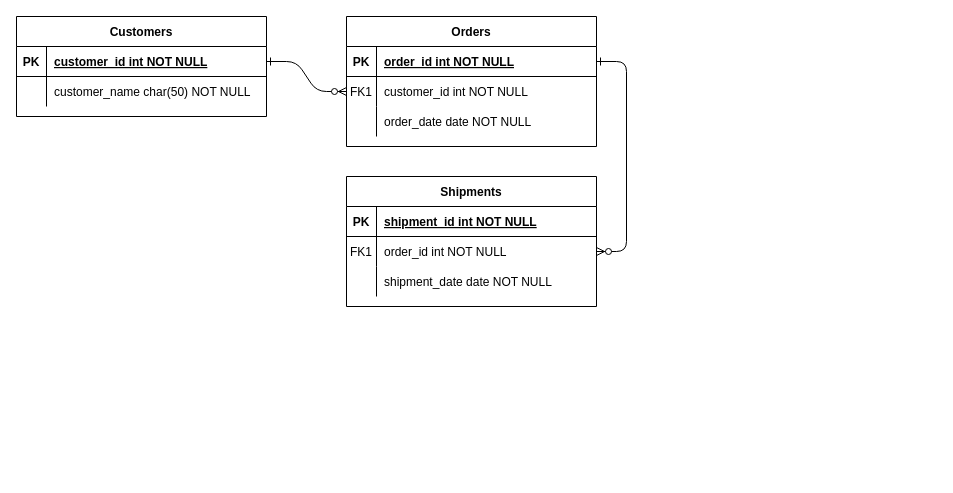
This is 01-bd/er_diagrama.drawio from ketrin1777/06-db-homework, a draw.io file, before an edit. Source tidied: cells renumbered, new cells numbered last; positions are measured from the earlier drawing's top-left corner, leaving out a move shared by most shapes. Both pictures are drawn from the tidied source at 100%, with x=0, y=0 at pixel (16, 16).
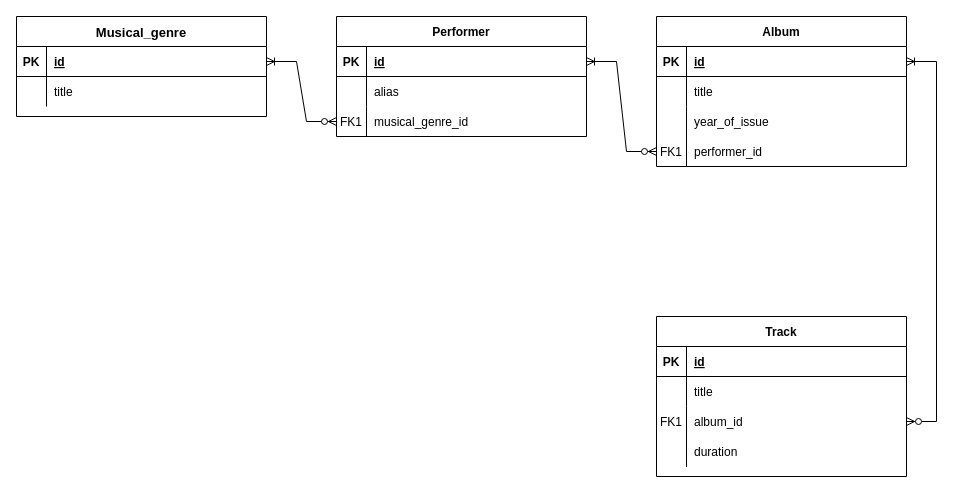
The same diagram, later.

The change refers to these unchanged cells:
```xml
<mxCell id="5" style="shape=partialRectangle;fillColor=none;points=[[0,0.5],[1,0.5]];portConstraint=eastwest;top=0;left=0;right=0;bottom=1;" parent="4" vertex="1">
  <mxGeometry y="30" width="250" height="30" as="geometry" />
</mxCell>
<mxCell id="8" style="shape=partialRectangle;fillColor=none;points=[[0,0.5],[1,0.5]];portConstraint=eastwest;top=0;left=0;right=0;bottom=0;" parent="4" vertex="1">
  <mxGeometry y="60" width="250" height="30" as="geometry" />
</mxCell>
<mxCell id="11" style="shape=partialRectangle;fillColor=none;points=[[0,0.5],[1,0.5]];portConstraint=eastwest;top=0;left=0;right=0;bottom=0;" parent="4" vertex="1">
  <mxGeometry y="90" width="250" height="30" as="geometry" />
</mxCell>
<mxCell id="15" style="shape=partialRectangle;fillColor=none;points=[[0,0.5],[1,0.5]];portConstraint=eastwest;top=0;left=0;right=0;bottom=1;" parent="14" vertex="1">
  <mxGeometry y="30" width="250" height="30" as="geometry" />
</mxCell>
<mxCell id="18" style="shape=partialRectangle;fillColor=none;points=[[0,0.5],[1,0.5]];portConstraint=eastwest;top=0;left=0;right=0;bottom=0;" parent="14" vertex="1">
  <mxGeometry y="60" width="250" height="30" as="geometry" />
</mxCell>
<mxCell id="21" style="shape=partialRectangle;fillColor=none;top=0;left=0;right=0;bottom=0;" parent="14" vertex="1">
  <mxGeometry y="90" width="250" height="30" as="geometry" />
</mxCell>
<mxCell id="25" style="shape=partialRectangle;fillColor=none;points=[[0,0.5],[1,0.5]];portConstraint=eastwest;top=0;left=0;right=0;bottom=1;" parent="24" vertex="1">
  <mxGeometry y="30" width="250" height="30" as="geometry" />
</mxCell>
<mxCell id="28" style="shape=partialRectangle;fillColor=none;top=0;left=0;right=0;bottom=0;" parent="24" vertex="1">
  <mxGeometry y="60" width="250" height="30" as="geometry" />
</mxCell>
```

What changed in the source:
```diff
@@
-    <mxCell id="2" style="edgeStyle=entityRelationEdgeStyle;endArrow=ERzeroToMany;startArrow=ERone;endFill=1;startFill=0;" parent="1" edge="1" source="25" target="8">
-      <mxGeometry relative="1" as="geometry" />
-    </mxCell>
-    <mxCell id="3" style="edgeStyle=entityRelationEdgeStyle;endArrow=ERzeroToMany;startArrow=ERone;endFill=1;startFill=0;" parent="1" edge="1" source="5" target="18">
-      <mxGeometry relative="1" as="geometry" />
-    </mxCell>
-    <mxCell id="4" value="Orders" style="shape=table;startSize=30;childLayout=tableLayout;rowLines=0;fontStyle=1;align=center;" parent="1" vertex="1">
-      <mxGeometry x="330" width="250" height="130" as="geometry" />
+    <mxCell id="4" value="Performer" style="shape=table;startSize=30;childLayout=tableLayout;rowLines=0;fontStyle=1;align=center;" parent="1" vertex="1">
+      <mxGeometry x="320" width="250" height="120" as="geometry" />
     </mxCell>
@@
-    <mxCell id="7" value="order_id int NOT NULL " style="shape=partialRectangle;overflow=hidden;fillColor=none;top=0;left=0;bottom=0;right=0;align=left;spacingLeft=6;fontStyle=5;" parent="5" vertex="1">
+    <mxCell id="7" value="id" style="shape=partialRectangle;overflow=hidden;fillColor=none;top=0;left=0;bottom=0;right=0;align=left;spacingLeft=6;fontStyle=5;" parent="5" vertex="1">
       <mxGeometry x="30" width="220" height="30" as="geometry" />
     </mxCell>
@@
-    <mxCell id="9" value="FK1" style="shape=partialRectangle;overflow=hidden;fillColor=none;top=0;left=0;bottom=0;right=0;" parent="8" vertex="1">
+    <mxCell id="9" style="shape=partialRectangle;overflow=hidden;fillColor=none;top=0;left=0;bottom=0;right=0;" parent="8" vertex="1">
       <mxGeometry width="30" height="30" as="geometry" />
     </mxCell>
-    <mxCell id="10" value="customer_id int NOT NULL" style="shape=partialRectangle;overflow=hidden;fillColor=none;top=0;left=0;bottom=0;right=0;align=left;spacingLeft=6;" parent="8" vertex="1">
+    <mxCell id="10" value="alias" style="shape=partialRectangle;overflow=hidden;fillColor=none;top=0;left=0;bottom=0;right=0;align=left;spacingLeft=6;" parent="8" vertex="1">
       <mxGeometry x="30" width="220" height="30" as="geometry" />
     </mxCell>
@@
-    <mxCell id="12" style="shape=partialRectangle;overflow=hidden;fillColor=none;top=0;left=0;bottom=0;right=0;" parent="11" vertex="1">
+    <mxCell id="12" value="FK1" style="shape=partialRectangle;overflow=hidden;fillColor=none;top=0;left=0;bottom=0;right=0;" parent="11" vertex="1">
       <mxGeometry width="30" height="30" as="geometry" />
     </mxCell>
-    <mxCell id="13" value="order_date date NOT NULL" style="shape=partialRectangle;overflow=hidden;fillColor=none;top=0;left=0;bottom=0;right=0;align=left;spacingLeft=6;" parent="11" vertex="1">
+    <mxCell id="13" value="musical_genre_id" style="shape=partialRectangle;overflow=hidden;fillColor=none;top=0;left=0;bottom=0;right=0;align=left;spacingLeft=6;" parent="11" vertex="1">
       <mxGeometry x="30" width="220" height="30" as="geometry" />
     </mxCell>
-    <mxCell id="14" value="Shipments" style="shape=table;startSize=30;childLayout=tableLayout;rowLines=0;fontStyle=1;align=center;" parent="1" vertex="1">
-      <mxGeometry x="330" y="160" width="250" height="130" as="geometry" />
+    <mxCell id="14" value="Album" style="shape=table;startSize=30;childLayout=tableLayout;rowLines=0;fontStyle=1;align=center;" parent="1" vertex="1">
+      <mxGeometry x="640" width="250" height="150" as="geometry" />
     </mxCell>
@@
-    <mxCell id="17" value="shipment_id int NOT NULL " style="shape=partialRectangle;overflow=hidden;fillColor=none;top=0;left=0;bottom=0;right=0;align=left;spacingLeft=6;fontStyle=5;" parent="15" vertex="1">
+    <mxCell id="17" value="id" style="shape=partialRectangle;overflow=hidden;fillColor=none;top=0;left=0;bottom=0;right=0;align=left;spacingLeft=6;fontStyle=5;" parent="15" vertex="1">
       <mxGeometry x="30" width="220" height="30" as="geometry" />
     </mxCell>
@@
-    <mxCell id="19" value="FK1" style="shape=partialRectangle;overflow=hidden;fillColor=none;top=0;left=0;bottom=0;right=0;" parent="18" vertex="1">
+    <mxCell id="19" style="shape=partialRectangle;overflow=hidden;fillColor=none;top=0;left=0;bottom=0;right=0;" parent="18" vertex="1">
       <mxGeometry width="30" height="30" as="geometry" />
     </mxCell>
-    <mxCell id="20" value="order_id int NOT NULL" style="shape=partialRectangle;overflow=hidden;fillColor=none;top=0;left=0;bottom=0;right=0;align=left;spacingLeft=6;" parent="18" vertex="1">
+    <mxCell id="20" value="title" style="shape=partialRectangle;overflow=hidden;fillColor=none;top=0;left=0;bottom=0;right=0;align=left;spacingLeft=6;" parent="18" vertex="1">
       <mxGeometry x="30" width="220" height="30" as="geometry" />
     </mxCell>
@@
-    <mxCell id="23" value="shipment_date date NOT NULL" style="shape=partialRectangle;overflow=hidden;fillColor=none;top=0;left=0;bottom=0;right=0;align=left;spacingLeft=6;" parent="21" vertex="1">
+    <mxCell id="23" value="year_of_issue" style="shape=partialRectangle;overflow=hidden;fillColor=none;top=0;left=0;bottom=0;right=0;align=left;spacingLeft=6;" parent="21" vertex="1">
       <mxGeometry x="30" width="220" height="30" as="geometry" />
     </mxCell>
-    <mxCell id="24" value="Customers" style="shape=table;startSize=30;childLayout=tableLayout;rowLines=0;fontStyle=1;align=center;" parent="1" vertex="1">
+    <mxCell id="24" value="Musical_genre" style="shape=table;startSize=30;childLayout=tableLayout;rowLines=0;fontStyle=1;align=center;fontSize=13;" parent="1" vertex="1">
       <mxGeometry width="250" height="100" as="geometry" />
     </mxCell>
@@
-    <mxCell id="27" value="customer_id int NOT NULL " style="shape=partialRectangle;overflow=hidden;fillColor=none;top=0;left=0;bottom=0;right=0;align=left;spacingLeft=6;fontStyle=5;" parent="25" vertex="1">
+    <mxCell id="27" value="id" style="shape=partialRectangle;overflow=hidden;fillColor=none;top=0;left=0;bottom=0;right=0;align=left;spacingLeft=6;fontStyle=5;" parent="25" vertex="1">
       <mxGeometry x="30" width="220" height="30" as="geometry" />
     </mxCell>
@@
-    <mxCell id="30" value="customer_name char(50) NOT NULL" style="shape=partialRectangle;overflow=hidden;fillColor=none;top=0;left=0;bottom=0;right=0;align=left;spacingLeft=6;" parent="28" vertex="1">
+    <mxCell id="30" value="title" style="shape=partialRectangle;overflow=hidden;fillColor=none;top=0;left=0;bottom=0;right=0;align=left;spacingLeft=6;" parent="28" vertex="1">
       <mxGeometry x="30" width="220" height="30" as="geometry" />
     </mxCell>
+    <mxCell id="31" style="edgeStyle=entityRelationEdgeStyle;fontSize=12;html=1;endArrow=ERoneToMany;startArrow=ERzeroToMany;rounded=0;exitX=0;exitY=0.5;exitDx=0;exitDy=0;" parent="1" edge="1" source="11" target="25">
+      <mxGeometry relative="1" as="geometry" />
+    </mxCell>
+    <mxCell id="32" value="FK1" style="shape=partialRectangle;overflow=hidden;fillColor=none;top=0;left=0;bottom=0;right=1;" parent="1" vertex="1">
+      <mxGeometry x="640" y="120" width="30" height="30" as="geometry" />
+    </mxCell>
+    <mxCell id="33" value="Track" style="shape=table;startSize=30;childLayout=tableLayout;rowLines=0;fontStyle=1;align=center;" parent="1" vertex="1">
+      <mxGeometry x="640" y="300" width="250" height="160" as="geometry" />
+    </mxCell>
+    <mxCell id="34" style="shape=partialRectangle;fillColor=none;top=0;left=0;right=0;bottom=1;" parent="33" vertex="1">
+      <mxGeometry y="30" width="250" height="30" as="geometry" />
+    </mxCell>
+    <mxCell id="35" value="PK" style="shape=partialRectangle;overflow=hidden;fillColor=none;top=0;left=0;bottom=0;right=0;fontStyle=1;" parent="34" vertex="1">
+      <mxGeometry width="30" height="30" as="geometry" />
+    </mxCell>
+    <mxCell id="36" value="id" style="shape=partialRectangle;overflow=hidden;fillColor=none;top=0;left=0;bottom=0;right=0;align=left;spacingLeft=6;fontStyle=5;" parent="34" vertex="1">
+      <mxGeometry x="30" width="220" height="30" as="geometry" />
+    </mxCell>
+    <mxCell id="37" style="shape=partialRectangle;fillColor=none;top=0;left=0;right=0;bottom=0;" parent="33" vertex="1">
+      <mxGeometry y="60" width="250" height="30" as="geometry" />
+    </mxCell>
+    <mxCell id="38" style="shape=partialRectangle;overflow=hidden;fillColor=none;top=0;left=0;bottom=0;right=0;" parent="37" vertex="1">
+      <mxGeometry width="30" height="30" as="geometry" />
+    </mxCell>
+    <mxCell id="39" value="title" style="shape=partialRectangle;overflow=hidden;fillColor=none;top=0;left=0;bottom=0;right=0;align=left;spacingLeft=6;" parent="37" vertex="1">
+      <mxGeometry x="30" width="220" height="30" as="geometry" />
+    </mxCell>
+    <mxCell id="40" style="shape=partialRectangle;fillColor=none;points=[[0,0.5],[1,0.5]];portConstraint=eastwest;top=0;left=0;right=0;bottom=0;" parent="33" vertex="1">
+      <mxGeometry y="90" width="250" height="30" as="geometry" />
+    </mxCell>
+    <mxCell id="41" value="FK1" style="shape=partialRectangle;overflow=hidden;fillColor=none;top=0;left=0;bottom=0;right=0;" parent="40" vertex="1">
+      <mxGeometry width="30" height="30" as="geometry" />
+    </mxCell>
+    <mxCell id="42" value="album_id" style="shape=partialRectangle;overflow=hidden;fillColor=none;top=0;left=0;bottom=0;right=0;align=left;spacingLeft=6;" parent="40" vertex="1">
+      <mxGeometry x="30" width="220" height="30" as="geometry" />
+    </mxCell>
+    <mxCell id="43" style="shape=partialRectangle;overflow=hidden;fillColor=none;top=0;left=0;bottom=0;right=1;strokeColor=default;align=center;verticalAlign=middle;fontFamily=Helvetica;fontSize=12;fontColor=default;" parent="1" vertex="1">
+      <mxGeometry x="640" y="420" width="30" height="30" as="geometry" />
+    </mxCell>
+    <mxCell id="44" value="duration" style="shape=partialRectangle;overflow=hidden;fillColor=none;top=0;left=0;bottom=0;right=0;align=left;spacingLeft=6;" parent="1" vertex="1">
+      <mxGeometry x="670" y="420" width="220" height="30" as="geometry" />
+    </mxCell>
+    <mxCell id="45" style="edgeStyle=entityRelationEdgeStyle;fontSize=12;html=1;endArrow=ERoneToMany;startArrow=ERzeroToMany;rounded=0;entryX=1;entryY=0.5;entryDx=0;entryDy=0;exitX=1;exitY=0.5;exitDx=0;exitDy=0;" parent="1" edge="1" source="40" target="15">
+      <mxGeometry relative="1" as="geometry" />
+    </mxCell>
+    <mxCell id="46" style="edgeStyle=entityRelationEdgeStyle;fontSize=12;html=1;endArrow=ERoneToMany;startArrow=ERzeroToMany;rounded=0;entryX=1;entryY=0.5;entryDx=0;entryDy=0;exitX=0;exitY=0.5;exitDx=0;exitDy=0;" parent="1" edge="1" source="47" target="5">
+      <mxGeometry relative="1" as="geometry" />
+    </mxCell>
+    <mxCell id="47" style="shape=partialRectangle;fillColor=none;points=[[0,0.5],[1,0.5]];portConstraint=eastwest;top=0;left=0;right=0;bottom=0;" parent="1" vertex="1">
+      <mxGeometry x="640" y="120" width="250" height="30" as="geometry" />
+    </mxCell>
+    <mxCell id="48" style="shape=partialRectangle;overflow=hidden;fillColor=none;top=0;left=0;bottom=0;right=0;" parent="47" vertex="1">
+      <mxGeometry width="30" height="30" as="geometry" />
+    </mxCell>
+    <mxCell id="49" value="performer_id" style="shape=partialRectangle;overflow=hidden;fillColor=none;top=0;left=0;bottom=0;right=0;align=left;spacingLeft=6;" parent="47" vertex="1">
+      <mxGeometry x="30" width="220" height="30" as="geometry" />
+    </mxCell>
```
